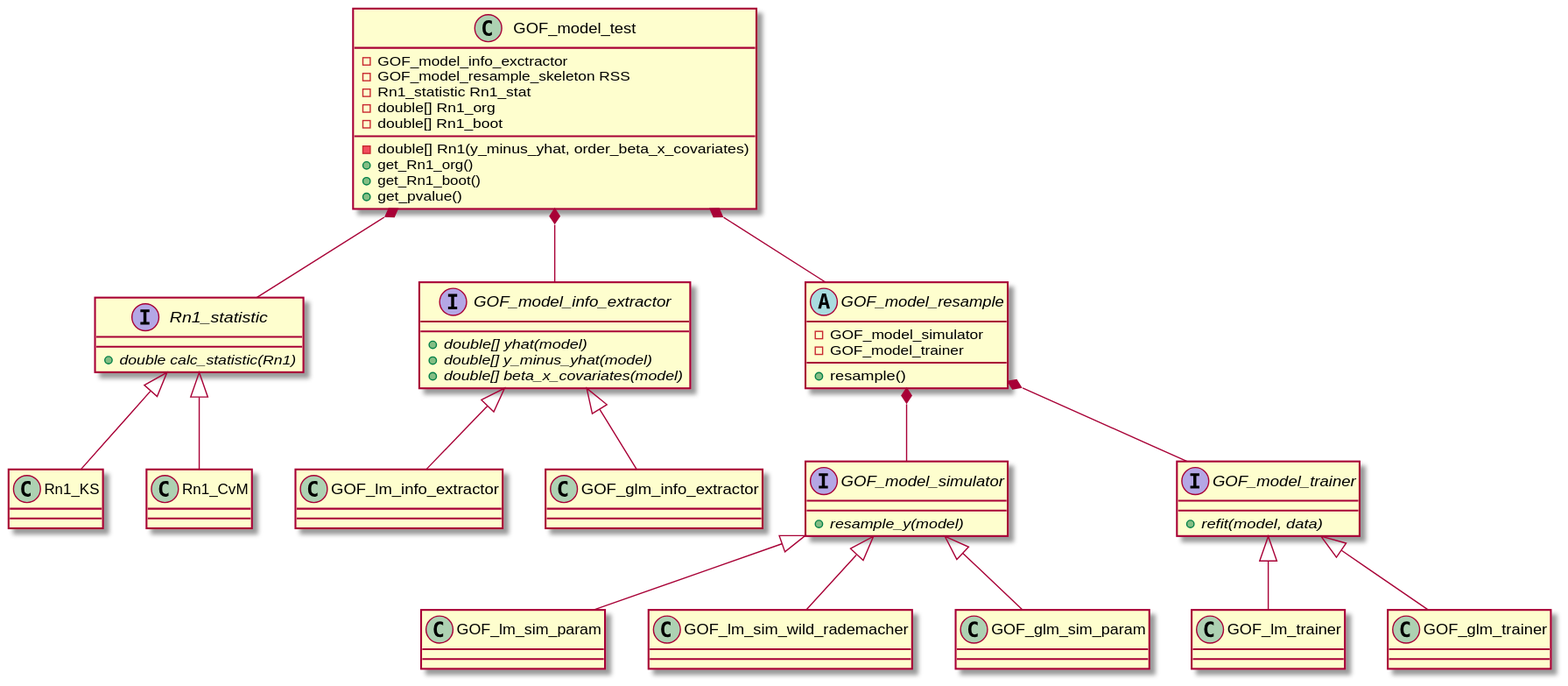
This is docs/articles/class_diagram.svg from MarselScheer/bootGOF, a PlantUML export, as it was before one commit. The source it was exported from:
```plantuml
@startuml
interface Rn1_statistic {
    + {abstract} double calc_statistic(Rn1)
}
Rn1_statistic <|-- Rn1_KS
Rn1_statistic <|-- Rn1_CvM
interface GOF_model_simulator {
    + {abstract} resample_y(model)
}
GOF_model_simulator <|-- GOF_lm_sim_param
GOF_model_simulator <|-- GOF_lm_sim_wild_rademacher
GOF_model_simulator <|-- GOF_glm_sim_param
interface GOF_model_trainer {
    + {abstract} refit(model, data)
}
GOF_model_trainer <|-- GOF_lm_trainer
GOF_model_trainer <|-- GOF_glm_trainer
interface GOF_model_info_extractor {
    + {abstract} double[] yhat(model)
    + {abstract} double[] y_minus_yhat(model)
    + {abstract} double[] beta_x_covariates(model)
}
GOF_model_info_extractor <|-- GOF_lm_info_extractor
GOF_model_info_extractor <|-- GOF_glm_info_extractor
abstract class GOF_model_resample {
    - GOF_model_simulator
    - GOF_model_trainer
    + resample()
}
GOF_model_resample *-- GOF_model_simulator
GOF_model_resample *-- GOF_model_trainer
class GOF_model_test {
    - GOF_model_info_exctractor
    - GOF_model_resample_skeleton RSS
    - Rn1_statistic Rn1_stat
    - double[] Rn1_org
    - double[] Rn1_boot
    - double[] Rn1(y_minus_yhat, order_beta_x_covariates)
    + get_Rn1_org()
    + get_Rn1_boot()
    + get_pvalue()
}
GOF_model_test *-- GOF_model_info_extractor
GOF_model_test *-- GOF_model_resample
GOF_model_test *-- Rn1_statistic
@enduml
```
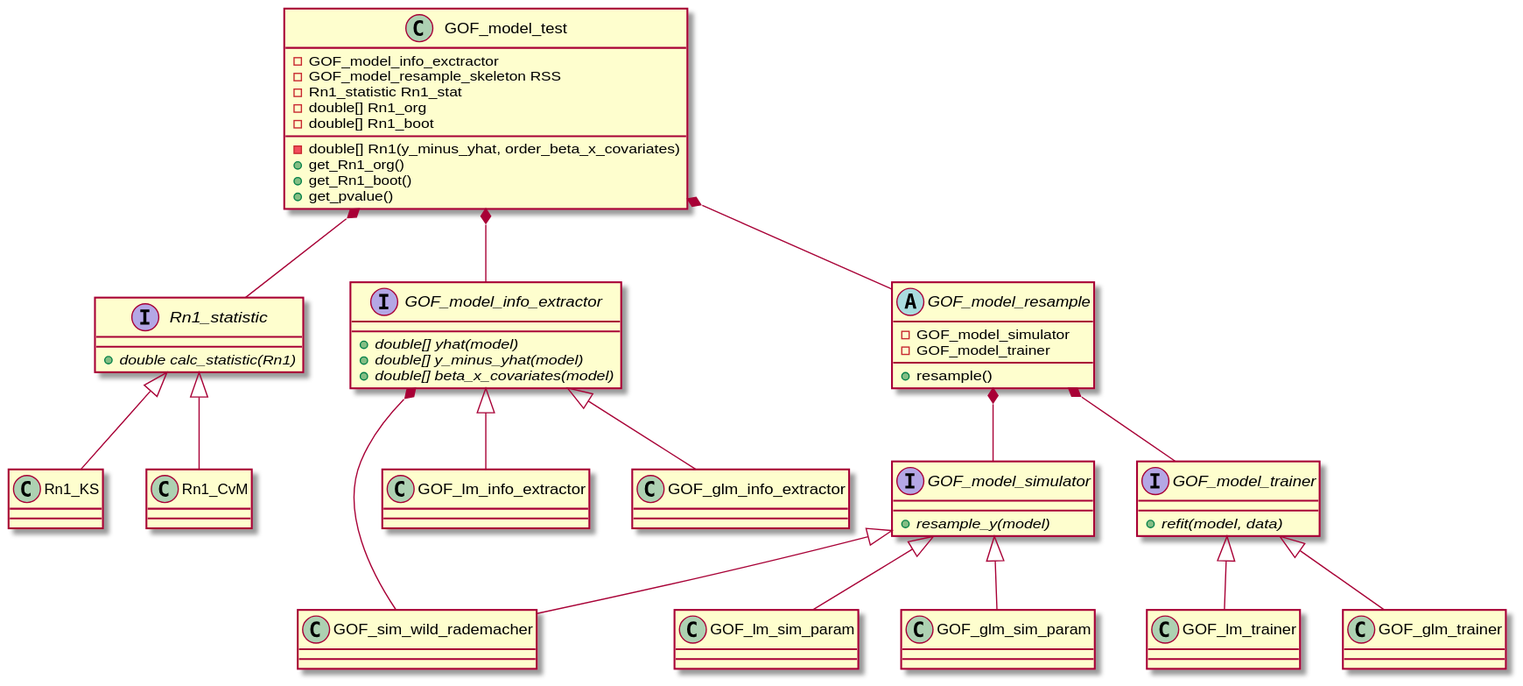
After the commit.

Change to the diagram source:
```diff
@@ -8,7 +8,7 @@
     + {abstract} resample_y(model)
 }
 GOF_model_simulator <|-- GOF_lm_sim_param
-GOF_model_simulator <|-- GOF_lm_sim_wild_rademacher
+GOF_model_simulator <|-- GOF_sim_wild_rademacher
 GOF_model_simulator <|-- GOF_glm_sim_param
 interface GOF_model_trainer {
     + {abstract} refit(model, data)
@@ -22,6 +22,7 @@
 }
 GOF_model_info_extractor <|-- GOF_lm_info_extractor
 GOF_model_info_extractor <|-- GOF_glm_info_extractor
+GOF_model_info_extractor *-- GOF_sim_wild_rademacher
 abstract class GOF_model_resample {
     - GOF_model_simulator
     - GOF_model_trainer
```
